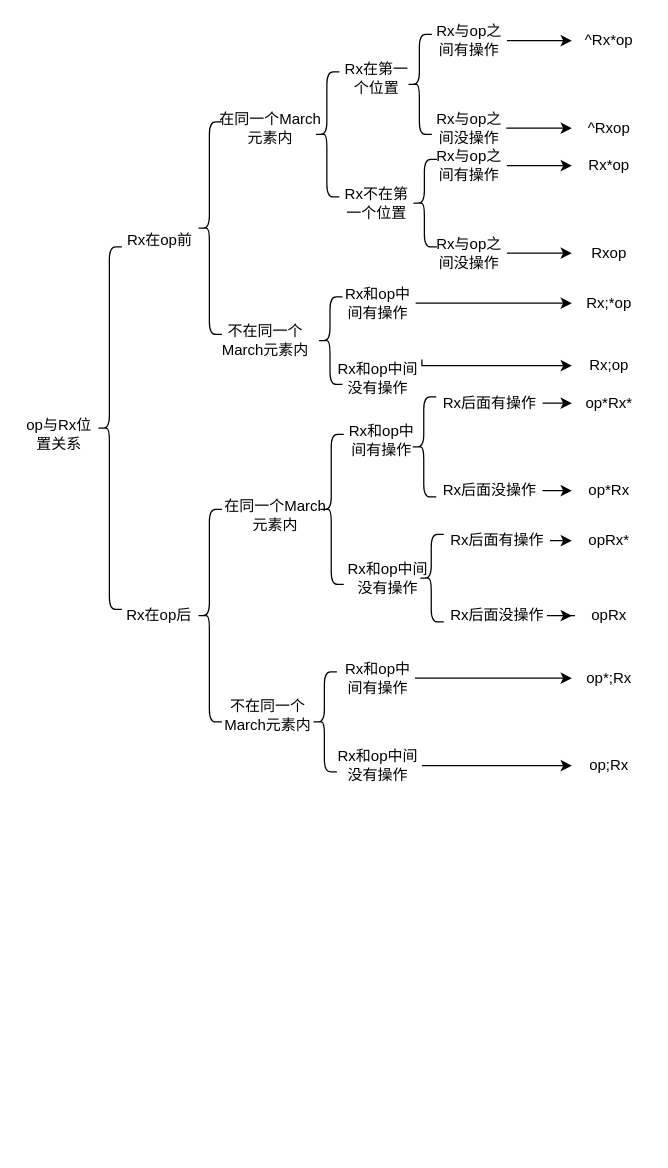
This is doc/rx_and_op.drawio from shanshan-lu/homwork, a draw.io file, before an edit. Source tidied: cells renumbered, new cells numbered last; positions are measured from the earlier drawing's top-left corner, leaving out a move shared by most shapes. Both pictures are drawn from the tidied source at 125%, with x=0, y=0 at pixel (21, 21).
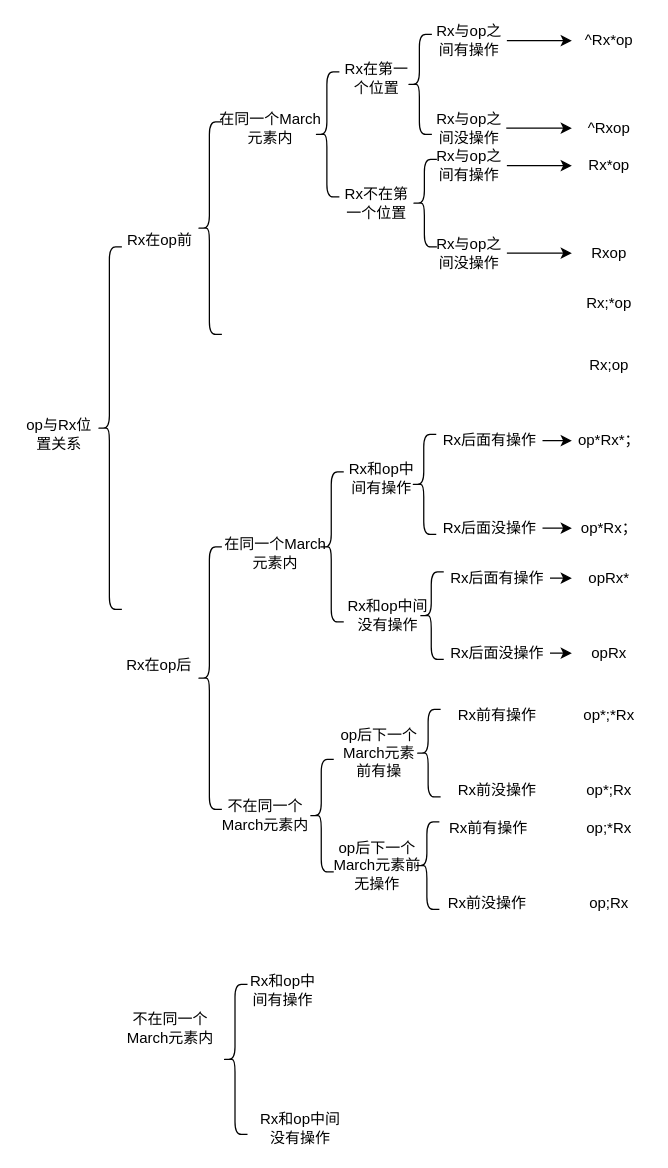
The same page after the edit.

Unchanged cells that the change refers to:
```xml
<mxCell id="52" value="Rx;*op" style="text;html=1;strokeColor=none;fillColor=none;align=center;verticalAlign=middle;whiteSpace=wrap;rounded=0;" parent="1" vertex="1">
  <mxGeometry x="440" y="210" width="60" height="30" as="geometry" />
</mxCell>
<mxCell id="53" value="Rx;op" style="text;html=1;strokeColor=none;fillColor=none;align=center;verticalAlign=middle;whiteSpace=wrap;rounded=0;" parent="1" vertex="1">
  <mxGeometry x="440" y="260" width="60" height="30" as="geometry" />
</mxCell>
```

The edit, as a diff of the source:
```diff
@@
     <mxCell id="4" value="Rx在op后" style="text;html=1;strokeColor=none;fillColor=none;align=center;verticalAlign=middle;whiteSpace=wrap;rounded=0;" parent="1" vertex="1">
-      <mxGeometry x="80" y="460" width="60" height="30" as="geometry" />
+      <mxGeometry x="80" y="500" width="60" height="30" as="geometry" />
     </mxCell>
@@
     <mxCell id="7" value="不在同一个March元素内" style="text;html=1;strokeColor=none;fillColor=none;align=center;verticalAlign=middle;whiteSpace=wrap;rounded=0;" parent="1" vertex="1">
-      <mxGeometry x="150" y="240" width="90" height="30" as="geometry" />
+      <mxGeometry x="74" y="790" width="90" height="30" as="geometry" />
     </mxCell>
     <mxCell id="8" style="shape=curlyBracket;whiteSpace=wrap;html=1;rounded=1;labelPosition=left;verticalLabelPosition=middle;align=right;verticalAlign=middle;size=0.5;" parent="1" vertex="1">
-      <mxGeometry x="140" y="390" width="20" height="170" as="geometry" />
+      <mxGeometry x="140" y="420" width="20" height="210" as="geometry" />
     </mxCell>
     <mxCell id="9" value="在同一个March元素内" style="text;html=1;strokeColor=none;fillColor=none;align=center;verticalAlign=middle;whiteSpace=wrap;rounded=0;" parent="1" vertex="1">
-      <mxGeometry x="157.5" y="380" width="90" height="30" as="geometry" />
+      <mxGeometry x="157.5" y="410" width="90" height="30" as="geometry" />
     </mxCell>
     <mxCell id="10" value="不在同一个March元素内" style="text;html=1;strokeColor=none;fillColor=none;align=center;verticalAlign=middle;whiteSpace=wrap;rounded=0;" parent="1" vertex="1">
-      <mxGeometry x="152" y="540" width="90" height="30" as="geometry" />
+      <mxGeometry x="149.5" y="620" width="90" height="30" as="geometry" />
     </mxCell>
@@
     <mxCell id="12" style="shape=curlyBracket;whiteSpace=wrap;html=1;rounded=1;labelPosition=left;verticalLabelPosition=middle;align=right;verticalAlign=middle;" parent="1" vertex="1">
-      <mxGeometry x="237.5" y="330" width="20" height="120" as="geometry" />
+      <mxGeometry x="237.5" y="360" width="20" height="120" as="geometry" />
     </mxCell>
     <mxCell id="13" style="shape=curlyBracket;whiteSpace=wrap;html=1;rounded=1;labelPosition=left;verticalLabelPosition=middle;align=right;verticalAlign=middle;size=0.5;" parent="1" vertex="1">
-      <mxGeometry x="232" y="520" width="20" height="80" as="geometry" />
+      <mxGeometry x="229.5" y="590" width="20" height="90" as="geometry" />
     </mxCell>
@@
     <mxCell id="16" value="Rx和op中间有操作" style="text;html=1;strokeColor=none;fillColor=none;align=center;verticalAlign=middle;whiteSpace=wrap;rounded=0;" parent="1" vertex="1">
-      <mxGeometry x="257.5" y="320" width="60" height="30" as="geometry" />
+      <mxGeometry x="257.5" y="350" width="60" height="30" as="geometry" />
     </mxCell>
     <mxCell id="17" value="Rx和op中间没有操作" style="text;html=1;strokeColor=none;fillColor=none;align=center;verticalAlign=middle;whiteSpace=wrap;rounded=0;" parent="1" vertex="1">
-      <mxGeometry x="257.5" y="430" width="70" height="30" as="geometry" />
+      <mxGeometry x="257.5" y="460" width="70" height="30" as="geometry" />
     </mxCell>
-    <mxCell id="18" style="edgeStyle=orthogonalEdgeStyle;rounded=0;jettySize=auto;html=1;exitX=1;exitY=0.5;exitDx=0;exitDy=0;entryX=0;entryY=0.5;entryDx=0;entryDy=0;" parent="1" edge="1" source="19" target="58">
-      <mxGeometry relative="1" as="geometry" />
-    </mxCell>
-    <mxCell id="19" value="Rx和op中间有操作" style="text;html=1;strokeColor=none;fillColor=none;align=center;verticalAlign=middle;whiteSpace=wrap;rounded=0;" parent="1" vertex="1">
-      <mxGeometry x="254.5" y="510" width="60" height="30" as="geometry" />
+    <mxCell id="19" value="op后下一个March元素前有操" style="text;html=1;strokeColor=none;fillColor=none;align=center;verticalAlign=middle;whiteSpace=wrap;rounded=0;" parent="1" vertex="1">
+      <mxGeometry x="252" y="570" width="68" height="30" as="geometry" />
     </mxCell>
-    <mxCell id="20" style="edgeStyle=orthogonalEdgeStyle;rounded=0;jettySize=auto;html=1;exitX=1;exitY=0.5;exitDx=0;exitDy=0;entryX=0;entryY=0.5;entryDx=0;entryDy=0;" parent="1" edge="1" source="21" target="59">
-      <mxGeometry relative="1" as="geometry" />
-    </mxCell>
-    <mxCell id="21" value="Rx和op中间没有操作" style="text;html=1;strokeColor=none;fillColor=none;align=center;verticalAlign=middle;whiteSpace=wrap;rounded=0;" parent="1" vertex="1">
-      <mxGeometry x="250" y="580" width="70" height="30" as="geometry" />
+    <mxCell id="21" value="op后下一个March元素前无操作" style="text;html=1;strokeColor=none;fillColor=none;align=center;verticalAlign=middle;whiteSpace=wrap;rounded=0;" parent="1" vertex="1">
+      <mxGeometry x="247.5" y="660" width="72.5" height="30" as="geometry" />
     </mxCell>
     <mxCell id="22" style="shape=curlyBracket;whiteSpace=wrap;html=1;rounded=1;labelPosition=left;verticalLabelPosition=middle;align=right;verticalAlign=middle;" parent="1" vertex="1">
-      <mxGeometry x="311.5" y="300" width="20" height="80" as="geometry" />
+      <mxGeometry x="311.5" y="330" width="20" height="80" as="geometry" />
     </mxCell>
@@
     <mxCell id="24" value="Rx后面有操作" style="text;html=1;strokeColor=none;fillColor=none;align=center;verticalAlign=middle;whiteSpace=wrap;rounded=0;" parent="1" vertex="1">
-      <mxGeometry x="331.5" y="290" width="85" height="30" as="geometry" />
+      <mxGeometry x="331.5" y="320" width="85" height="30" as="geometry" />
     </mxCell>
@@
     <mxCell id="26" value="Rx后面没操作" style="text;html=1;strokeColor=none;fillColor=none;align=center;verticalAlign=middle;whiteSpace=wrap;rounded=0;" parent="1" vertex="1">
-      <mxGeometry x="331.5" y="360" width="85" height="30" as="geometry" />
+      <mxGeometry x="331.5" y="390" width="85" height="30" as="geometry" />
     </mxCell>
     <mxCell id="27" style="shape=curlyBracket;whiteSpace=wrap;html=1;rounded=1;labelPosition=left;verticalLabelPosition=middle;align=right;verticalAlign=middle;" parent="1" vertex="1">
-      <mxGeometry x="317.5" y="410" width="20" height="70" as="geometry" />
+      <mxGeometry x="317.5" y="440" width="20" height="70" as="geometry" />
     </mxCell>
@@
     <mxCell id="29" value="Rx后面有操作" style="text;html=1;strokeColor=none;fillColor=none;align=center;verticalAlign=middle;whiteSpace=wrap;rounded=0;" parent="1" vertex="1">
-      <mxGeometry x="337.5" y="400" width="85" height="30" as="geometry" />
+      <mxGeometry x="337.5" y="430" width="85" height="30" as="geometry" />
     </mxCell>
-    <mxCell id="30" style="edgeStyle=orthogonalEdgeStyle;rounded=0;jettySize=auto;html=1;exitX=1;exitY=0.5;exitDx=0;exitDy=0;" parent="1" edge="1" source="31" target="57">
+    <mxCell id="30" style="edgeStyle=orthogonalEdgeStyle;rounded=0;jettySize=auto;html=1;exitX=1;exitY=0.5;exitDx=0;exitDy=0;entryX=0;entryY=0.5;entryDx=0;entryDy=0;" parent="1" edge="1" source="31" target="57">
       <mxGeometry relative="1" as="geometry" />
     </mxCell>
     <mxCell id="31" value="Rx后面没操作" style="text;html=1;strokeColor=none;fillColor=none;align=center;verticalAlign=middle;whiteSpace=wrap;rounded=0;" parent="1" vertex="1">
-      <mxGeometry x="337.5" y="460" width="85" height="30" as="geometry" />
+      <mxGeometry x="337.5" y="490" width="85" height="30" as="geometry" />
     </mxCell>
     <mxCell id="32" style="shape=curlyBracket;whiteSpace=wrap;html=1;rounded=1;labelPosition=left;verticalLabelPosition=middle;align=right;verticalAlign=middle;" parent="1" vertex="1">
-      <mxGeometry x="236.5" y="220" width="20" height="70" as="geometry" />
+      <mxGeometry x="160.5" y="770" width="20" height="120" as="geometry" />
     </mxCell>
-    <mxCell id="33" style="edgeStyle=orthogonalEdgeStyle;rounded=0;jettySize=auto;html=1;exitX=1;exitY=0.5;exitDx=0;exitDy=0;entryX=0;entryY=0.5;entryDx=0;entryDy=0;" parent="1" edge="1" source="34" target="52">
-      <mxGeometry relative="1" as="geometry" />
-    </mxCell>
     <mxCell id="34" value="Rx和op中间有操作" style="text;html=1;strokeColor=none;fillColor=none;align=center;verticalAlign=middle;whiteSpace=wrap;rounded=0;" parent="1" vertex="1">
-      <mxGeometry x="255" y="210" width="60" height="30" as="geometry" />
+      <mxGeometry x="179" y="760" width="60" height="30" as="geometry" />
     </mxCell>
-    <mxCell id="35" style="edgeStyle=orthogonalEdgeStyle;rounded=0;jettySize=auto;html=1;exitX=1;exitY=0;exitDx=0;exitDy=0;entryX=0;entryY=0.5;entryDx=0;entryDy=0;" parent="1" edge="1" source="36" target="53">
-      <mxGeometry relative="1" as="geometry">
-        <Array as="points">
-          <mxPoint x="320" y="275" />
-        </Array>
-      </mxGeometry>
-    </mxCell>
     <mxCell id="36" value="Rx和op中间没有操作" style="text;html=1;strokeColor=none;fillColor=none;align=center;verticalAlign=middle;whiteSpace=wrap;rounded=0;" parent="1" vertex="1">
-      <mxGeometry x="250" y="270" width="70" height="30" as="geometry" />
+      <mxGeometry x="187.5" y="870" width="70" height="30" as="geometry" />
     </mxCell>
@@
-    <mxCell id="54" value="op*Rx*" style="text;html=1;strokeColor=none;fillColor=none;align=center;verticalAlign=middle;whiteSpace=wrap;rounded=0;" parent="1" vertex="1">
-      <mxGeometry x="440" y="290" width="60" height="30" as="geometry" />
+    <mxCell id="54" value="op*Rx*；" style="text;html=1;strokeColor=none;fillColor=none;align=center;verticalAlign=middle;whiteSpace=wrap;rounded=0;" parent="1" vertex="1">
+      <mxGeometry x="440" y="320" width="60" height="30" as="geometry" />
     </mxCell>
-    <mxCell id="55" value="op*Rx" style="text;html=1;strokeColor=none;fillColor=none;align=center;verticalAlign=middle;whiteSpace=wrap;rounded=0;" parent="1" vertex="1">
-      <mxGeometry x="440" y="360" width="60" height="30" as="geometry" />
+    <mxCell id="55" value="op*Rx；" style="text;html=1;strokeColor=none;fillColor=none;align=center;verticalAlign=middle;whiteSpace=wrap;rounded=0;" parent="1" vertex="1">
+      <mxGeometry x="440" y="390" width="60" height="30" as="geometry" />
     </mxCell>
     <mxCell id="56" value="opRx*" style="text;html=1;strokeColor=none;fillColor=none;align=center;verticalAlign=middle;whiteSpace=wrap;rounded=0;" parent="1" vertex="1">
-      <mxGeometry x="440" y="400" width="60" height="30" as="geometry" />
+      <mxGeometry x="440" y="430" width="60" height="30" as="geometry" />
     </mxCell>
     <mxCell id="57" value="opRx" style="text;html=1;strokeColor=none;fillColor=none;align=center;verticalAlign=middle;whiteSpace=wrap;rounded=0;" parent="1" vertex="1">
-      <mxGeometry x="440" y="460" width="60" height="30" as="geometry" />
+      <mxGeometry x="440" y="490" width="60" height="30" as="geometry" />
     </mxCell>
     <mxCell id="58" value="op*;Rx" style="text;html=1;strokeColor=none;fillColor=none;align=center;verticalAlign=middle;whiteSpace=wrap;rounded=0;" parent="1" vertex="1">
-      <mxGeometry x="440" y="510" width="60" height="30" as="geometry" />
+      <mxGeometry x="440" y="600" width="60" height="30" as="geometry" />
     </mxCell>
     <mxCell id="59" value="op;Rx" style="text;html=1;strokeColor=none;fillColor=none;align=center;verticalAlign=middle;whiteSpace=wrap;rounded=0;" parent="1" vertex="1">
-      <mxGeometry x="440" y="580" width="60" height="30" as="geometry" />
+      <mxGeometry x="440" y="690" width="60" height="30" as="geometry" />
     </mxCell>
+    <mxCell id="60" style="shape=curlyBracket;whiteSpace=wrap;html=1;rounded=1;labelPosition=left;verticalLabelPosition=middle;align=right;verticalAlign=middle;" parent="1" vertex="1">
+      <mxGeometry x="315" y="550" width="20" height="70" as="geometry" />
+    </mxCell>
+    <mxCell id="61" value="Rx前有操作" style="text;html=1;align=center;verticalAlign=middle;strokeColor=none;fillColor=none;" parent="1" vertex="1">
+      <mxGeometry x="335" y="540" width="90" height="30" as="geometry" />
+    </mxCell>
+    <mxCell id="62" value="Rx前没操作" style="text;html=1;align=center;verticalAlign=middle;strokeColor=none;fillColor=none;" parent="1" vertex="1">
+      <mxGeometry x="335" y="600" width="90" height="30" as="geometry" />
+    </mxCell>
+    <mxCell id="63" style="shape=curlyBracket;whiteSpace=wrap;html=1;rounded=1;labelPosition=left;verticalLabelPosition=middle;align=right;verticalAlign=middle;" parent="1" vertex="1">
+      <mxGeometry x="314" y="640" width="20" height="70" as="geometry" />
+    </mxCell>
+    <mxCell id="64" value="Rx前有操作" style="text;html=1;align=center;verticalAlign=middle;strokeColor=none;fillColor=none;" parent="1" vertex="1">
+      <mxGeometry x="328" y="630" width="90" height="30" as="geometry" />
+    </mxCell>
+    <mxCell id="65" value="Rx前没操作" style="text;html=1;align=center;verticalAlign=middle;strokeColor=none;fillColor=none;" parent="1" vertex="1">
+      <mxGeometry x="326.5" y="690" width="90" height="30" as="geometry" />
+    </mxCell>
+    <mxCell id="66" value="op*;*Rx" style="text;html=1;strokeColor=none;fillColor=none;align=center;verticalAlign=middle;whiteSpace=wrap;rounded=0;" parent="1" vertex="1">
+      <mxGeometry x="440" y="540" width="60" height="30" as="geometry" />
+    </mxCell>
+    <mxCell id="67" value="op;*Rx" style="text;html=1;strokeColor=none;fillColor=none;align=center;verticalAlign=middle;whiteSpace=wrap;rounded=0;" parent="1" vertex="1">
+      <mxGeometry x="440" y="630" width="60" height="30" as="geometry" />
+    </mxCell>
```
